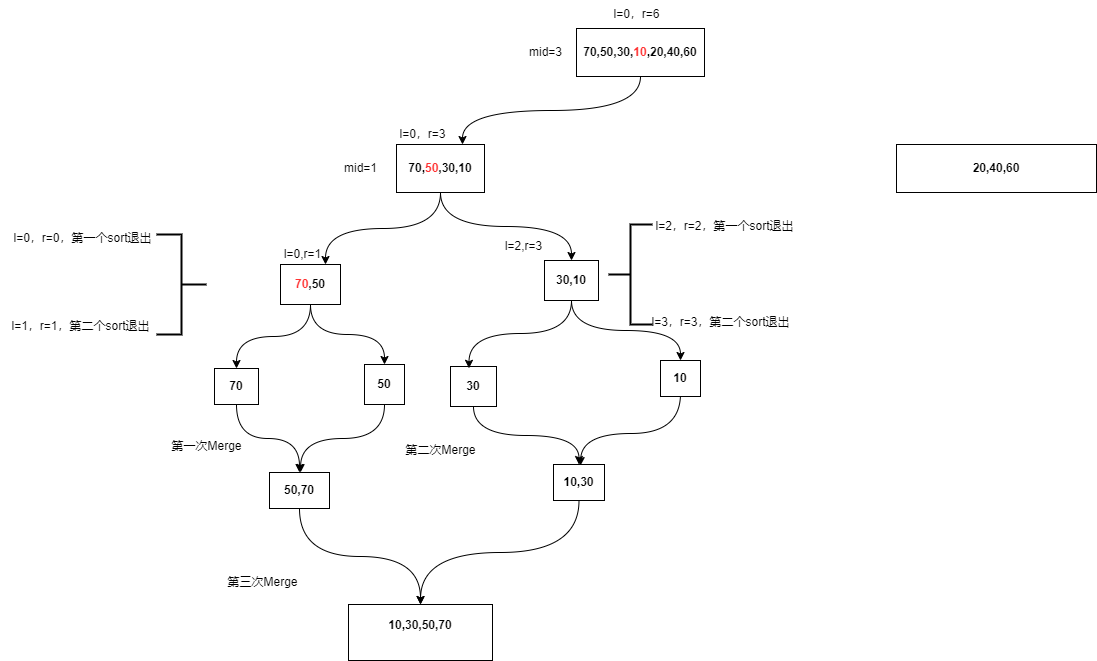
Above: AlgorithmsAndDataStructures/归并算法.drawio.png in wjb0823/drawio (draw.io), before the change. Source tidied: cells renumbered, new cells last; positions are measured from the earlier drawing's top-left corner, leaving out a move shared by most shapes.
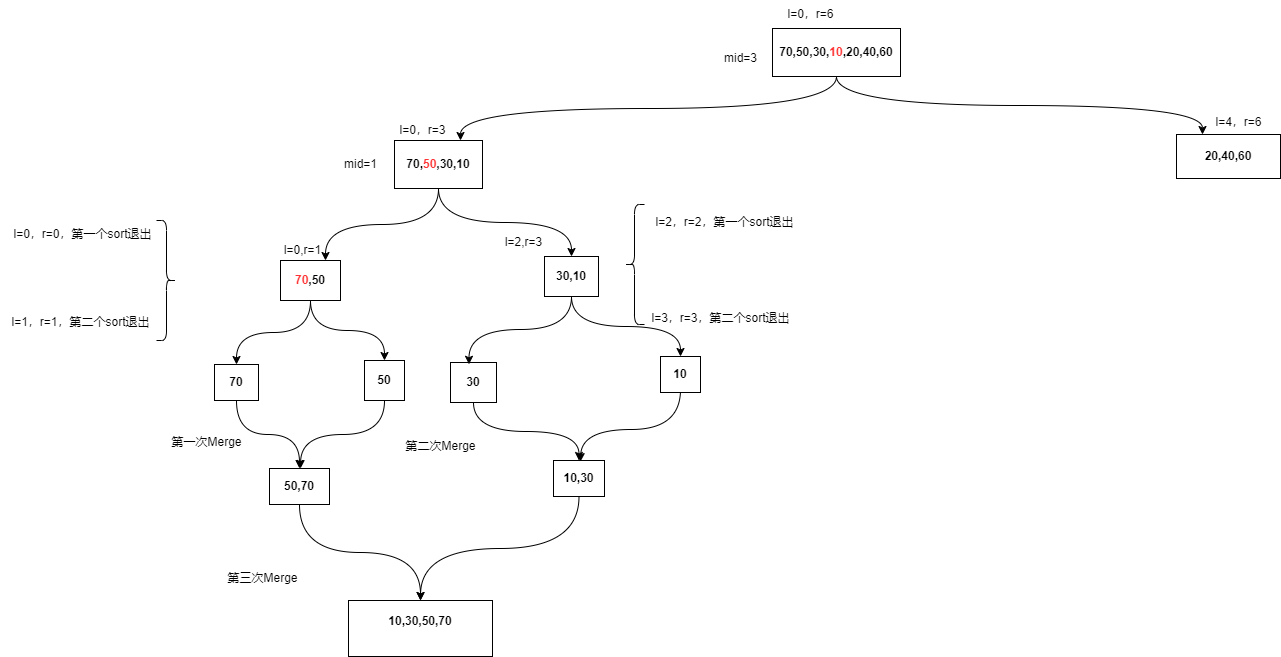
Later version of the same file.

Commit message:
更新归并算法.drawio.png

What changed in the source:
```diff
@@ -5,11 +5,14 @@
     <mxCell id="2" style="edgeStyle=orthogonalEdgeStyle;rounded=0;jettySize=auto;html=1;exitX=0.5;exitY=1;exitDx=0;exitDy=0;entryX=0.75;entryY=0;entryDx=0;entryDy=0;curved=1;" parent="1" edge="1" source="3" target="7">
       <mxGeometry relative="1" as="geometry" />
     </mxCell>
+    <mxCell id="42" style="edgeStyle=orthogonalEdgeStyle;rounded=0;jettySize=auto;html=1;exitX=0.5;exitY=1;exitDx=0;exitDy=0;curved=1;entryX=0.25;entryY=0;entryDx=0;entryDy=0;" parent="1" edge="1" source="3" target="4">
+      <mxGeometry relative="1" as="geometry" />
+    </mxCell>
     <mxCell id="3" value="&lt;b&gt;70,50,30,&lt;font color=&quot;#ff3333&quot;&gt;10&lt;/font&gt;,20,40,60&lt;/b&gt;" style="rounded=0;whiteSpace=wrap;html=1;" parent="1" vertex="1">
-      <mxGeometry x="576" y="28" width="128" height="48" as="geometry" />
+      <mxGeometry x="772" y="32" width="128" height="48" as="geometry" />
     </mxCell>
     <mxCell id="4" value="&lt;b&gt;20,40,60&lt;/b&gt;" style="rounded=0;whiteSpace=wrap;html=1;" parent="1" vertex="1">
-      <mxGeometry x="896" y="144" width="200" height="48" as="geometry" />
+      <mxGeometry x="1176" y="138" width="104" height="44" as="geometry" />
     </mxCell>
     <mxCell id="5" style="edgeStyle=orthogonalEdgeStyle;rounded=0;jettySize=auto;html=1;entryX=0.75;entryY=0;entryDx=0;entryDy=0;curved=1;exitX=0.5;exitY=1;exitDx=0;exitDy=0;" parent="1" edge="1" source="7" target="10">
       <mxGeometry relative="1" as="geometry" />
@@ -18,7 +21,7 @@
       <mxGeometry relative="1" as="geometry" />
     </mxCell>
     <mxCell id="7" value="&lt;b&gt;70,&lt;font color=&quot;#ff3333&quot;&gt;50&lt;/font&gt;,30,10&lt;/b&gt;" style="rounded=0;whiteSpace=wrap;html=1;" parent="1" vertex="1">
-      <mxGeometry x="396" y="144" width="88" height="48" as="geometry" />
+      <mxGeometry x="394" y="144" width="88" height="48" as="geometry" />
     </mxCell>
     <mxCell id="8" style="edgeStyle=orthogonalEdgeStyle;rounded=0;jettySize=auto;html=1;exitX=0.5;exitY=1;exitDx=0;exitDy=0;curved=1;entryX=0.5;entryY=0;entryDx=0;entryDy=0;" parent="1" edge="1" source="10" target="19">
       <mxGeometry relative="1" as="geometry" />
@@ -30,10 +33,10 @@
       <mxGeometry x="280" y="264" width="60" height="40" as="geometry" />
     </mxCell>
     <mxCell id="11" value="l=0，r=6" style="text;html=1;align=center;verticalAlign=middle;strokeColor=none;fillColor=none;" parent="1" vertex="1">
-      <mxGeometry x="602" width="68" height="28" as="geometry" />
+      <mxGeometry x="776" y="4" width="68" height="28" as="geometry" />
     </mxCell>
     <mxCell id="12" value="mid=3" style="text;html=1;align=center;verticalAlign=middle;strokeColor=none;fillColor=none;" parent="1" vertex="1">
-      <mxGeometry x="517" y="38" width="56" height="28" as="geometry" />
+      <mxGeometry x="712" y="48" width="56" height="28" as="geometry" />
     </mxCell>
     <mxCell id="13" value="l=0，r=3" style="text;html=1;align=center;verticalAlign=middle;strokeColor=none;fillColor=none;" parent="1" vertex="1">
       <mxGeometry x="388" y="120" width="68" height="28" as="geometry" />
@@ -115,9 +118,6 @@
     <mxCell id="35" value="第二次Merge" style="text;html=1;align=center;verticalAlign=middle;strokeColor=none;fillColor=none;" parent="1" vertex="1">
       <mxGeometry x="394" y="436" width="92" height="28" as="geometry" />
     </mxCell>
-    <mxCell id="36" style="strokeWidth=2;html=1;shape=mxgraph.flowchart.annotation_2;align=left;labelPosition=right;rotation=-180;" parent="1" vertex="1">
-      <mxGeometry x="156" y="234" width="50" height="100" as="geometry" />
-    </mxCell>
     <mxCell id="37" value="l=0，r=0，第一个sort退出" style="text;html=1;align=center;verticalAlign=middle;strokeColor=none;fillColor=none;" parent="1" vertex="1">
       <mxGeometry x="2" y="224" width="160" height="28" as="geometry" />
     </mxCell>
@@ -130,8 +130,14 @@
     <mxCell id="40" value="第三次Merge" style="text;html=1;align=center;verticalAlign=middle;strokeColor=none;fillColor=none;" parent="1" vertex="1">
       <mxGeometry x="216" y="568" width="92" height="28" as="geometry" />
     </mxCell>
-    <mxCell id="41" style="strokeWidth=2;html=1;shape=mxgraph.flowchart.annotation_2;align=left;labelPosition=right;rotation=0;" parent="1" vertex="1">
-      <mxGeometry x="608" y="224" width="44" height="100" as="geometry" />
-    </mxCell>
+    <mxCell id="43" style="shape=curlyBracket;whiteSpace=wrap;html=1;rounded=1;flipH=1;labelPosition=right;verticalLabelPosition=middle;align=left;verticalAlign=middle;" parent="1" vertex="1">
+      <mxGeometry x="156" y="224" width="20" height="120" as="geometry" />
+    </mxCell>
+    <mxCell id="44" style="shape=curlyBracket;whiteSpace=wrap;html=1;rounded=1;labelPosition=left;verticalLabelPosition=middle;align=right;verticalAlign=middle;" parent="1" vertex="1">
+      <mxGeometry x="624" y="208" width="20" height="120" as="geometry" />
+    </mxCell>
+    <mxCell id="45" value="l=4，r=6" style="text;html=1;align=center;verticalAlign=middle;strokeColor=none;fillColor=none;" parent="1" vertex="1">
+      <mxGeometry x="1204" y="112" width="68" height="28" as="geometry" />
+    </mxCell>
   </root>
 </mxGraphModel>
```
